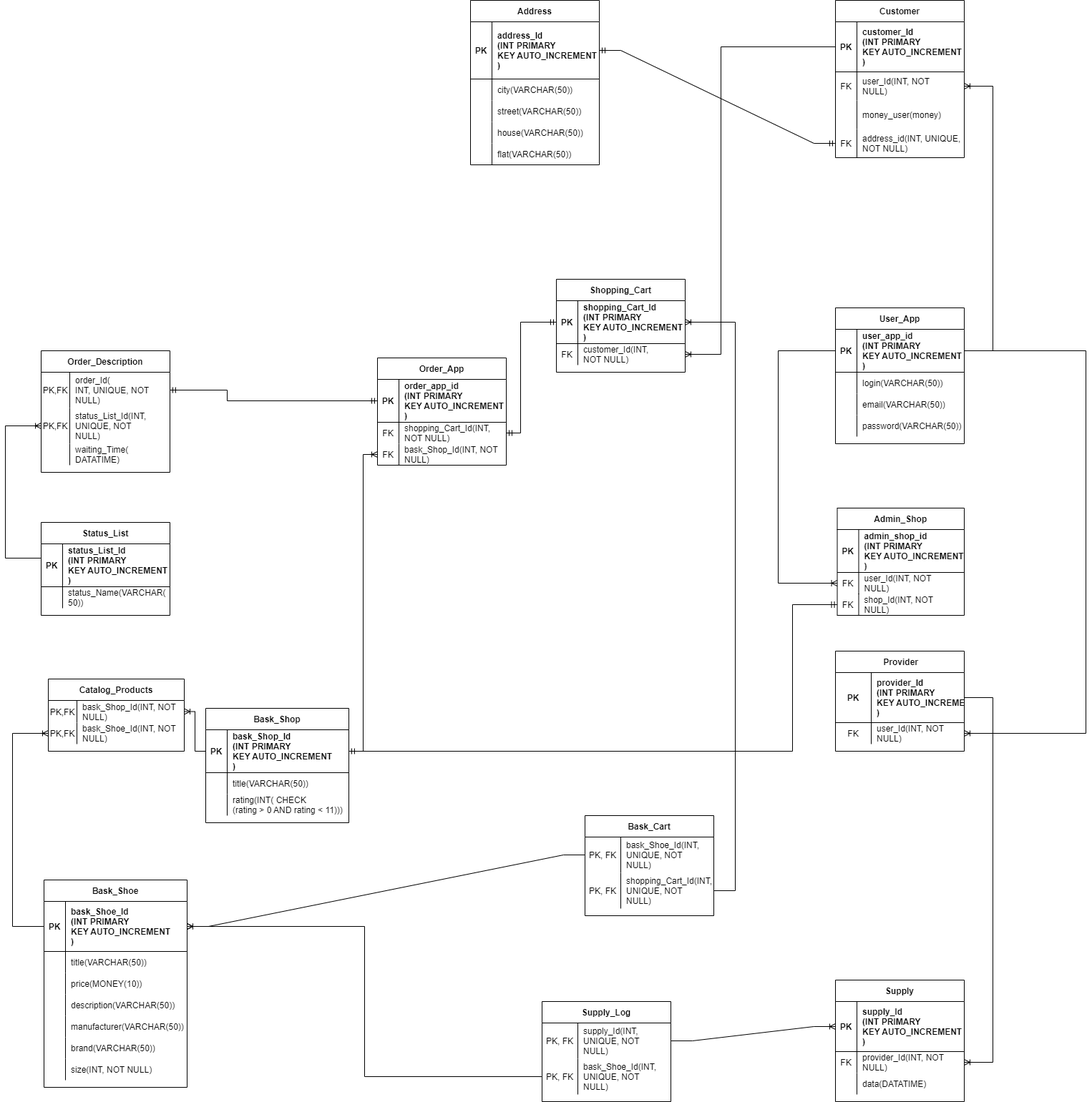
Earlier version of the draw.io export firstTask/bd.drawio.png (vvkhil/Practice). Source tidied: cells renumbered, new cells last; positions are measured from the earlier drawing's top-left corner, leaving out a move shared by most shapes.
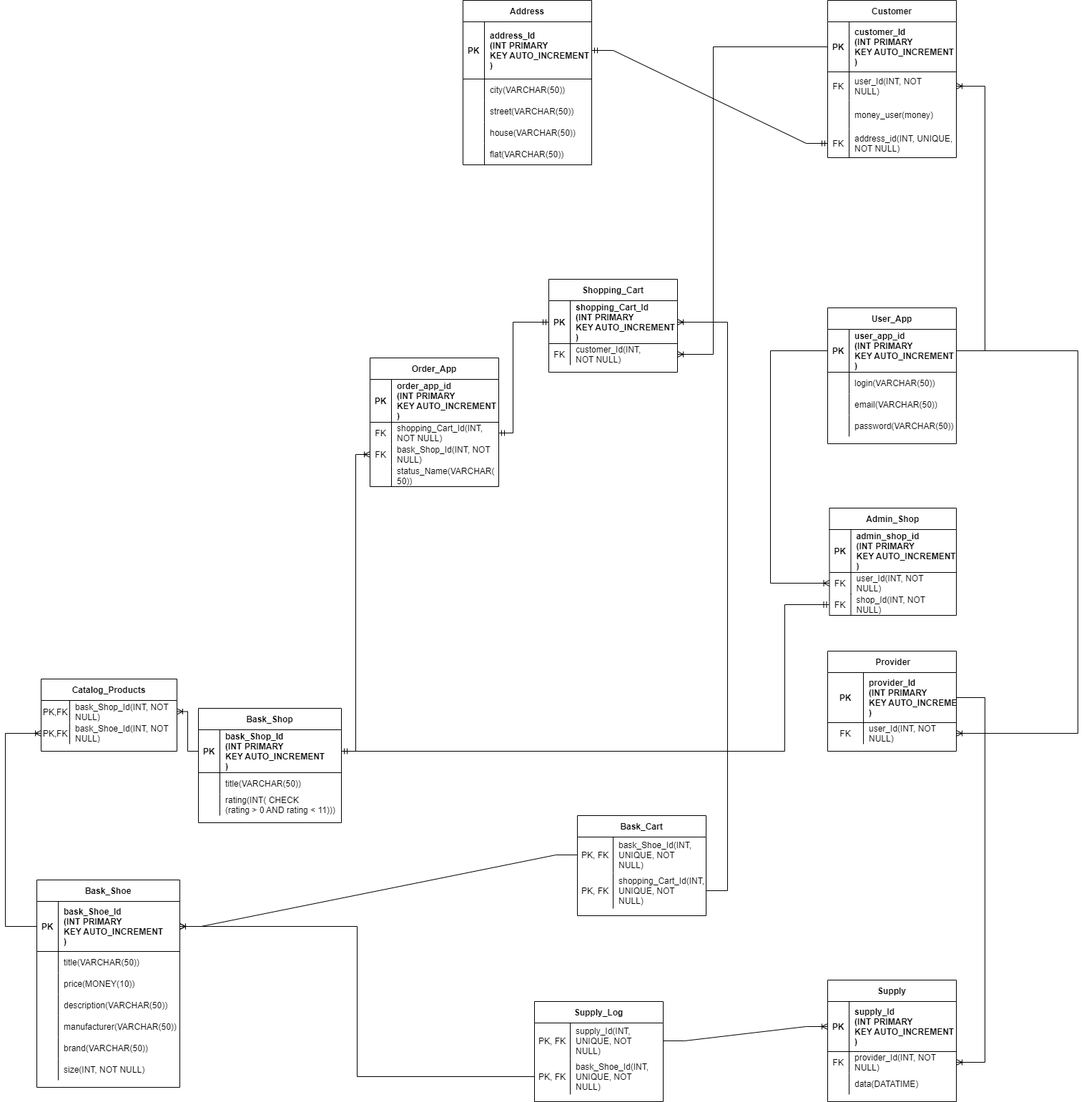
The same file after the commit.

The edit, as a diff of the source:
```diff
@@ -33,7 +33,7 @@
       <mxGeometry x="30" width="170" height="30" as="geometry" />
     </mxCell>
     <mxCell id="12" value="Order_App" style="shape=table;startSize=30;rowLines=0;fontStyle=1;align=center;" parent="1" vertex="1">
-      <mxGeometry x="520" y="500" width="180" height="150" as="geometry" />
+      <mxGeometry x="520" y="500" width="180" height="180" as="geometry" />
     </mxCell>
     <mxCell id="13" style="shape=tableRow;horizontal=0;startSize=0;swimlaneHead=0;swimlaneBody=0;fillColor=none;points=[[0,0.5],[1,0.5]];portConstraint=eastwest;top=0;left=0;right=0;bottom=1;" parent="12" vertex="1">
       <mxGeometry y="30" width="180" height="60" as="geometry" />
@@ -62,6 +62,15 @@
     <mxCell id="21" value="bask_Shop_Id(INT, NOT&#10;NULL)" style="shape=partialRectangle;fillColor=none;top=0;left=0;bottom=0;right=0;align=left;spacingLeft=6;overflow=hidden;" parent="19" vertex="1">
       <mxGeometry x="30" width="150" height="30" as="geometry" />
     </mxCell>
+    <mxCell id="176" style="shape=tableRow;horizontal=0;startSize=0;swimlaneHead=0;swimlaneBody=0;fillColor=none;top=0;left=0;right=0;bottom=0;" parent="12" vertex="1">
+      <mxGeometry y="150" width="180" height="30" as="geometry" />
+    </mxCell>
+    <mxCell id="112" style="shape=partialRectangle;fillColor=none;top=0;left=0;bottom=0;right=0;overflow=hidden;" parent="176" vertex="1">
+      <mxGeometry width="30" height="30" as="geometry" />
+    </mxCell>
+    <mxCell id="113" value="status_Name(VARCHAR(&#10;50))" style="shape=partialRectangle;fillColor=none;top=0;left=0;bottom=0;right=0;align=left;spacingLeft=6;overflow=hidden;" parent="176" vertex="1">
+      <mxGeometry x="30" width="150" height="30" as="geometry" />
+    </mxCell>
     <mxCell id="22" value="Customer" style="shape=table;startSize=30;rowLines=0;fontStyle=1;align=center;" parent="1" vertex="1">
       <mxGeometry x="1160" width="180" height="220" as="geometry" />
     </mxCell>
@@ -287,57 +296,6 @@
     <mxCell id="96" value="customer_Id(INT,&#10;NOT NULL)" style="shape=partialRectangle;fillColor=none;top=0;left=0;bottom=0;right=0;align=left;spacingLeft=6;overflow=hidden;" parent="94" vertex="1">
       <mxGeometry x="30" width="150" height="30" as="geometry" />
     </mxCell>
-    <mxCell id="97" value="Order_Description" style="shape=table;startSize=30;rowLines=0;fontStyle=1;align=center;" parent="1" vertex="1">
-      <mxGeometry x="50" y="490" width="180" height="170" as="geometry" />
-    </mxCell>
-    <mxCell id="98" style="shape=tableRow;horizontal=0;startSize=0;swimlaneHead=0;swimlaneBody=0;fillColor=none;points=[[0,0.5],[1,0.5]];portConstraint=eastwest;top=0;left=0;right=0;bottom=0;" parent="97" vertex="1">
-      <mxGeometry y="30" width="180" height="50" as="geometry" />
-    </mxCell>
-    <mxCell id="99" value="PK,FK" style="shape=partialRectangle;fillColor=none;top=0;left=0;bottom=0;right=0;overflow=hidden;" parent="98" vertex="1">
-      <mxGeometry width="40" height="50" as="geometry" />
-    </mxCell>
-    <mxCell id="100" value="order_Id(&#10;INT, UNIQUE, NOT&#10;NULL)" style="shape=partialRectangle;fillColor=none;top=0;left=0;bottom=0;right=0;align=left;spacingLeft=6;overflow=hidden;" parent="98" vertex="1">
-      <mxGeometry x="40" width="140" height="50" as="geometry" />
-    </mxCell>
-    <mxCell id="101" style="shape=tableRow;horizontal=0;startSize=0;swimlaneHead=0;swimlaneBody=0;fillColor=none;points=[[0,0.5],[1,0.5]];portConstraint=eastwest;top=0;left=0;right=0;bottom=0;" parent="97" vertex="1">
-      <mxGeometry y="80" width="180" height="50" as="geometry" />
-    </mxCell>
-    <mxCell id="102" value="PK,FK" style="shape=partialRectangle;fillColor=none;top=0;left=0;bottom=0;right=0;overflow=hidden;" parent="101" vertex="1">
-      <mxGeometry width="40" height="50" as="geometry" />
-    </mxCell>
-    <mxCell id="103" value="status_List_Id(INT,&#10;UNIQUE, NOT&#10;NULL)" style="shape=partialRectangle;fillColor=none;top=0;left=0;bottom=0;right=0;align=left;spacingLeft=6;overflow=hidden;" parent="101" vertex="1">
-      <mxGeometry x="40" width="140" height="50" as="geometry" />
-    </mxCell>
-    <mxCell id="104" style="shape=tableRow;horizontal=0;startSize=0;swimlaneHead=0;swimlaneBody=0;fillColor=none;top=0;left=0;right=0;bottom=0;" parent="97" vertex="1">
-      <mxGeometry y="130" width="180" height="30" as="geometry" />
-    </mxCell>
-    <mxCell id="105" style="shape=partialRectangle;fillColor=none;top=0;left=0;bottom=0;right=0;overflow=hidden;" parent="104" vertex="1">
-      <mxGeometry width="40" height="30" as="geometry" />
-    </mxCell>
-    <mxCell id="106" value="waiting_Time(&#10;DATATIME)" style="shape=partialRectangle;fillColor=none;top=0;left=0;bottom=0;right=0;align=left;spacingLeft=6;overflow=hidden;" parent="104" vertex="1">
-      <mxGeometry x="40" width="140" height="30" as="geometry" />
-    </mxCell>
-    <mxCell id="107" value="Status_List" style="shape=table;startSize=30;rowLines=0;fontStyle=1;align=center;" parent="1" vertex="1">
-      <mxGeometry x="50" y="730" width="180" height="130" as="geometry" />
-    </mxCell>
-    <mxCell id="108" style="shape=tableRow;horizontal=0;startSize=0;swimlaneHead=0;swimlaneBody=0;fillColor=none;points=[[0,0.5],[1,0.5]];portConstraint=eastwest;top=0;left=0;right=0;bottom=1;" parent="107" vertex="1">
-      <mxGeometry y="30" width="180" height="60" as="geometry" />
-    </mxCell>
-    <mxCell id="109" value="PK" style="shape=partialRectangle;fillColor=none;top=0;left=0;bottom=0;right=0;fontStyle=1;overflow=hidden;" parent="108" vertex="1">
-      <mxGeometry width="30" height="60" as="geometry" />
-    </mxCell>
-    <mxCell id="110" value="status_List_Id&#10;(INT PRIMARY&#10;KEY AUTO_INCREMENT&#10;)" style="shape=partialRectangle;fillColor=none;top=0;left=0;bottom=0;right=0;align=left;spacingLeft=6;fontStyle=1;overflow=hidden;" parent="108" vertex="1">
-      <mxGeometry x="30" width="150" height="60" as="geometry" />
-    </mxCell>
-    <mxCell id="111" style="shape=tableRow;horizontal=0;startSize=0;swimlaneHead=0;swimlaneBody=0;fillColor=none;top=0;left=0;right=0;bottom=0;" parent="107" vertex="1">
-      <mxGeometry y="90" width="180" height="30" as="geometry" />
-    </mxCell>
-    <mxCell id="112" style="shape=partialRectangle;fillColor=none;top=0;left=0;bottom=0;right=0;overflow=hidden;" parent="111" vertex="1">
-      <mxGeometry width="30" height="30" as="geometry" />
-    </mxCell>
-    <mxCell id="113" value="status_Name(VARCHAR(&#10;50))" style="shape=partialRectangle;fillColor=none;top=0;left=0;bottom=0;right=0;align=left;spacingLeft=6;overflow=hidden;" parent="111" vertex="1">
-      <mxGeometry x="30" width="150" height="30" as="geometry" />
-    </mxCell>
     <mxCell id="114" value="User_App" style="shape=table;startSize=30;rowLines=0;fontStyle=1;align=center;" parent="1" vertex="1">
       <mxGeometry x="1160" y="430" width="180" height="190" as="geometry" />
     </mxCell>
@@ -397,22 +355,6 @@
         </Array>
       </mxGeometry>
     </mxCell>
-    <mxCell id="130" style="edgeStyle=elbowEdgeStyle;fontSize=12;html=1;endArrow=ERmandOne;startArrow=ERmandOne;rounded=0;entryX=0;entryY=0.5;entryDx=0;entryDy=0;exitX=1;exitY=0.5;exitDx=0;exitDy=0;" parent="1" edge="1" source="98" target="13">
-      <mxGeometry relative="1" as="geometry">
-        <Array as="points">
-          <mxPoint x="310" y="550" />
-          <mxPoint x="250" y="530" />
-          <mxPoint x="200" y="555" />
-        </Array>
-      </mxGeometry>
-    </mxCell>
-    <mxCell id="131" style="edgeStyle=elbowEdgeStyle;fontSize=12;html=1;endArrow=ERoneToMany;rounded=0;exitX=0;exitY=0.333;exitDx=0;exitDy=0;entryX=0;entryY=0.5;entryDx=0;entryDy=0;exitPerimeter=0;" parent="1" edge="1" source="108" target="101">
-      <mxGeometry relative="1" as="geometry">
-        <Array as="points">
-          <mxPoint y="645" />
-        </Array>
-      </mxGeometry>
-    </mxCell>
     <mxCell id="132" style="edgeStyle=elbowEdgeStyle;fontSize=12;html=1;endArrow=ERoneToMany;rounded=0;entryX=0;entryY=0.5;entryDx=0;entryDy=0;exitX=0;exitY=0.5;exitDx=0;exitDy=0;" parent="1" edge="1" source="115" target="55">
       <mxGeometry relative="1" as="geometry">
         <Array as="points">
```
